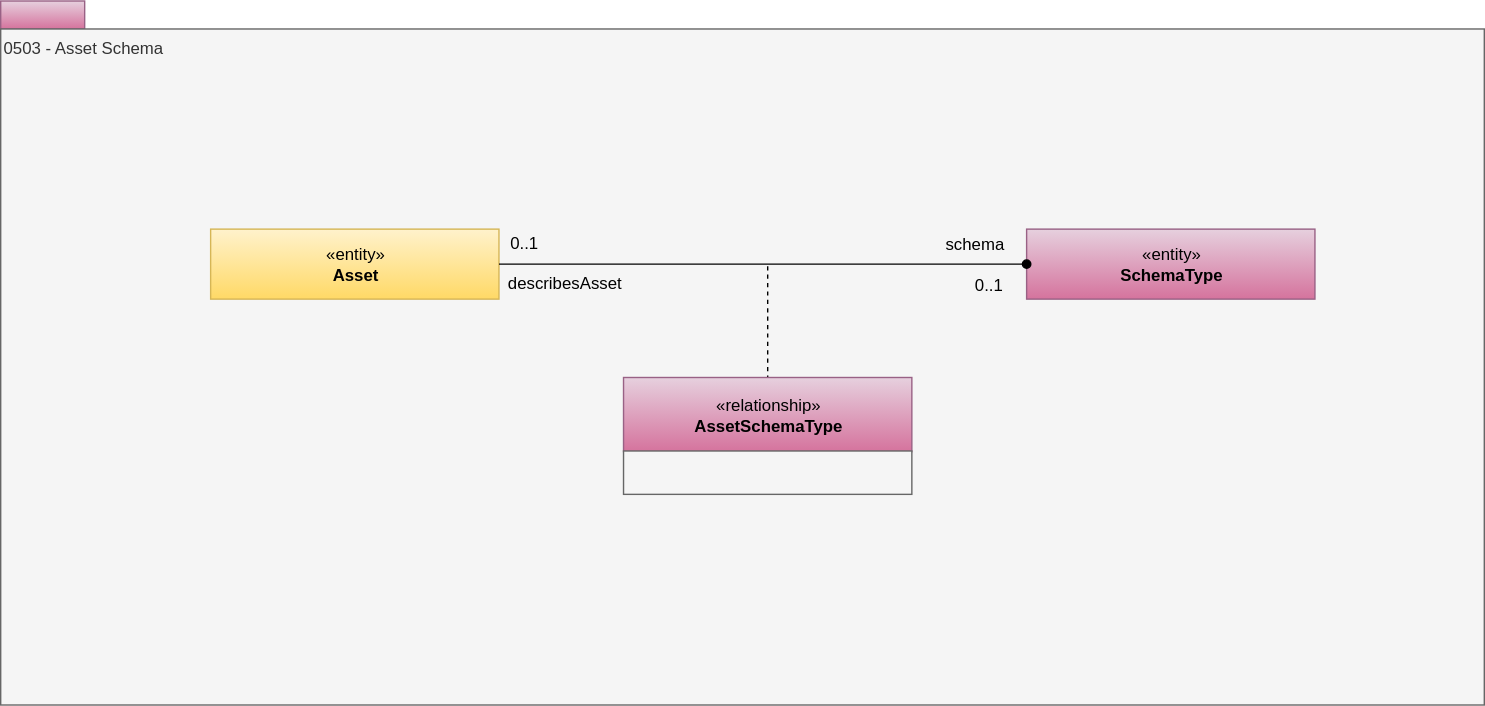
This is site/docs/types/5/0503-Asset-Schema.svg from odpi/egeria-docs, a draw.io export, as it was before one commit. Source tidied: cells renumbered, new cells last; positions are measured from the earlier drawing's top-left corner, leaving out a move shared by most shapes.
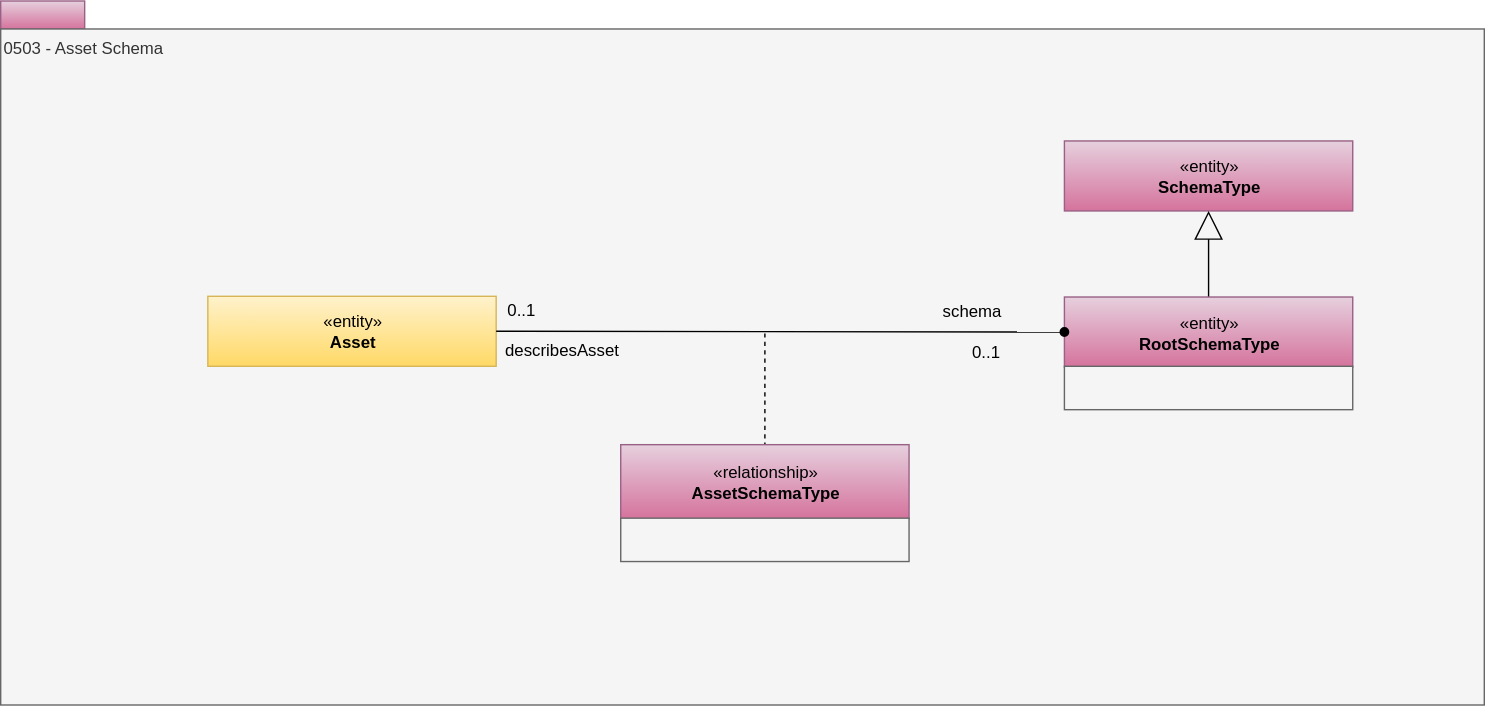
After the commit.

Diff of the diagram source:
```diff
@@ -3,18 +3,18 @@
     <mxCell id="0" />
     <mxCell id="1" parent="0" />
     <mxCell id="2" style="rounded=0;whiteSpace=wrap;html=1;align=left;fillColor=#e6d0de;strokeColor=#996185;gradientColor=#d5739d;" parent="1" vertex="1">
-      <mxGeometry width="60" height="20" as="geometry" />
+      <mxGeometry x="2" y="-48" width="60" height="20" as="geometry" />
     </mxCell>
     <mxCell id="3" value="0503 - Asset Schema" style="rounded=0;whiteSpace=wrap;html=1;align=left;verticalAlign=top;fillColor=#f5f5f5;fontColor=#333333;strokeColor=#666666;" parent="1" vertex="1">
-      <mxGeometry y="20" width="1060" height="483" as="geometry" />
+      <mxGeometry x="2" y="-28" width="1060" height="483" as="geometry" />
     </mxCell>
     <mxCell id="4" value="«entity»&lt;br&gt;&lt;b&gt;Asset&lt;/b&gt;" style="html=1;strokeColor=#d6b656;align=center;fillColor=#fff2cc;gradientColor=#ffd966;" parent="1" vertex="1">
       <mxGeometry x="150" y="163" width="206" height="50" as="geometry" />
     </mxCell>
     <mxCell id="5" value="«entity»&lt;br&gt;&lt;b&gt;SchemaType&lt;/b&gt;" style="html=1;strokeColor=#996185;align=center;fillColor=#e6d0de;gradientColor=#d5739d;" parent="1" vertex="1">
-      <mxGeometry x="733" y="163" width="206" height="50" as="geometry" />
+      <mxGeometry x="762" y="52" width="206" height="50" as="geometry" />
     </mxCell>
-    <mxCell id="6" style="endArrow=none;dashed=1;html=1;" parent="1" edge="1" target="12">
+    <mxCell id="6" style="endArrow=none;dashed=1;html=1;" parent="1" edge="1" target="11">
       <mxGeometry relative="1" as="geometry">
         <mxPoint x="548" y="189.5" as="sourcePoint" />
       </mxGeometry>
@@ -31,14 +31,23 @@
     <mxCell id="10" value="describesAsset" style="text;html=1;strokeColor=none;fillColor=none;align=center;verticalAlign=middle;whiteSpace=wrap;rounded=0;" parent="1" vertex="1">
       <mxGeometry x="361" y="192" width="84" height="20" as="geometry" />
     </mxCell>
-    <mxCell id="11" style="endArrow=oval;html=1;entryX=0;entryY=0.5;exitX=1;exitY=0.5;endFill=1;" parent="1" edge="1" source="4" target="5">
-      <mxGeometry relative="1" as="geometry" />
+    <mxCell id="11" value="«relationship»&lt;br&gt;&lt;b&gt;AssetSchemaType&lt;/b&gt;" style="html=1;strokeColor=#996185;align=center;fillColor=#e6d0de;gradientColor=#d5739d;" parent="1" vertex="1">
+      <mxGeometry x="445" y="269" width="206" height="53" as="geometry" />
     </mxCell>
-    <mxCell id="12" value="«relationship»&lt;br&gt;&lt;b&gt;AssetSchemaType&lt;/b&gt;" style="html=1;strokeColor=#996185;align=center;fillColor=#e6d0de;gradientColor=#d5739d;" parent="1" vertex="1">
-      <mxGeometry x="445" y="269" width="206" height="53" as="geometry" />
+    <mxCell id="12" style="rounded=0;whiteSpace=wrap;html=1;strokeColor=#666666;align=left;fillColor=#f5f5f5;fontColor=#333333;" parent="1" vertex="1">
+      <mxGeometry x="445" y="321.5" width="206" height="31" as="geometry" />
     </mxCell>
-    <mxCell id="13" style="rounded=0;whiteSpace=wrap;html=1;strokeColor=#666666;align=left;fillColor=#f5f5f5;fontColor=#333333;" parent="1" vertex="1">
-      <mxGeometry x="445" y="321.5" width="206" height="31" as="geometry" />
+    <mxCell id="13" style="edgeStyle=orthogonalEdgeStyle;rounded=0;jettySize=auto;html=1;exitX=0.5;exitY=0;exitDx=0;exitDy=0;entryX=0.5;entryY=1;entryDx=0;entryDy=0;endArrow=block;endFill=0;strokeWidth=1;endSize=18;" parent="1" edge="1" source="14" target="5">
+      <mxGeometry relative="1" as="geometry" />
     </mxCell>
+    <mxCell id="14" value="«entity»&lt;br&gt;&lt;b&gt;RootSchemaType&lt;/b&gt;" style="html=1;strokeColor=#996185;align=center;fillColor=#e6d0de;gradientColor=#d5739d;" parent="1" vertex="1">
+      <mxGeometry x="762" y="163.5" width="206" height="50" as="geometry" />
+    </mxCell>
+    <mxCell id="15" style="endArrow=oval;html=1;entryX=0;entryY=0.5;exitX=1;exitY=0.5;endFill=1;entryDx=0;entryDy=0;" parent="1" edge="1" source="4" target="14">
+      <mxGeometry relative="1" as="geometry" />
+    </mxCell>
+    <mxCell id="16" style="rounded=0;whiteSpace=wrap;html=1;strokeColor=#666666;align=left;fillColor=#f5f5f5;fontColor=#333333;" parent="1" vertex="1">
+      <mxGeometry x="762" y="213" width="206" height="31" as="geometry" />
+    </mxCell>
   </root>
 </mxGraphModel>
```
